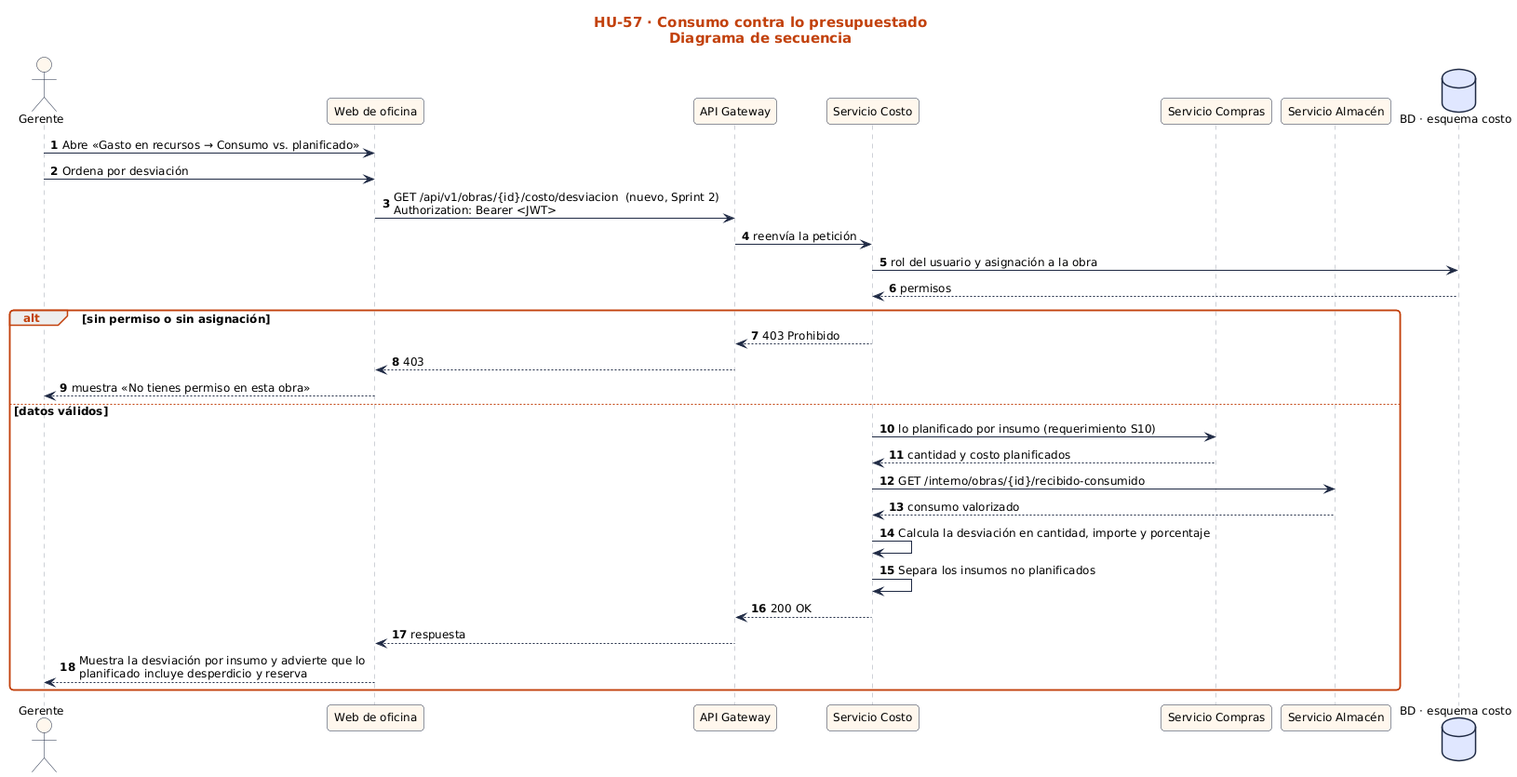
nandoestebanif/sevens-sigro keeps this PlantUML diagram as docs/sprint-2/diagramas-hu/hu-57-consumo-contra-lo-presupuestado/secuencia.png. Above is the earlier version. Its diagram source:
```plantuml
@startuml
!include ../../estilo.iuml
title HU-57 · Consumo contra lo presupuestado\nDiagrama de secuencia
autonumber
actor "Gerente" as U
participant "Web de oficina" as UI
participant "API Gateway" as GW
participant "Servicio Costo" as S
participant "Servicio Compras" as X0
participant "Servicio Almacén" as X1
database "BD · esquema costo" as BD
U -> UI : Abre «Gasto en recursos → Consumo vs. planificado»
U -> UI : Ordena por desviación
UI -> GW : GET /api/v1/obras/{id}/costo/desviacion  (nuevo, Sprint 2)\nAuthorization: Bearer <JWT>
GW -> S : reenvía la petición
S -> BD : rol del usuario y asignación a la obra
BD --> S : permisos
alt sin permiso o sin asignación
  S --> GW : 403 Prohibido
  GW --> UI : 403
  UI --> U : muestra «No tienes permiso en esta obra»
else datos válidos
  S -> X0 : lo planificado por insumo (requerimiento S10)
  X0 --> S : cantidad y costo planificados
  S -> X1 : GET /interno/obras/{id}/recibido-consumido
  X1 --> S : consumo valorizado
  S -> S : Calcula la desviación en cantidad, importe y porcentaje
  S -> S : Separa los insumos no planificados
  S --> GW : 200 OK
  GW --> UI : respuesta
  UI --> U : Muestra la desviación por insumo y advierte que lo\nplanificado incluye desperdicio y reserva
end
@enduml
```
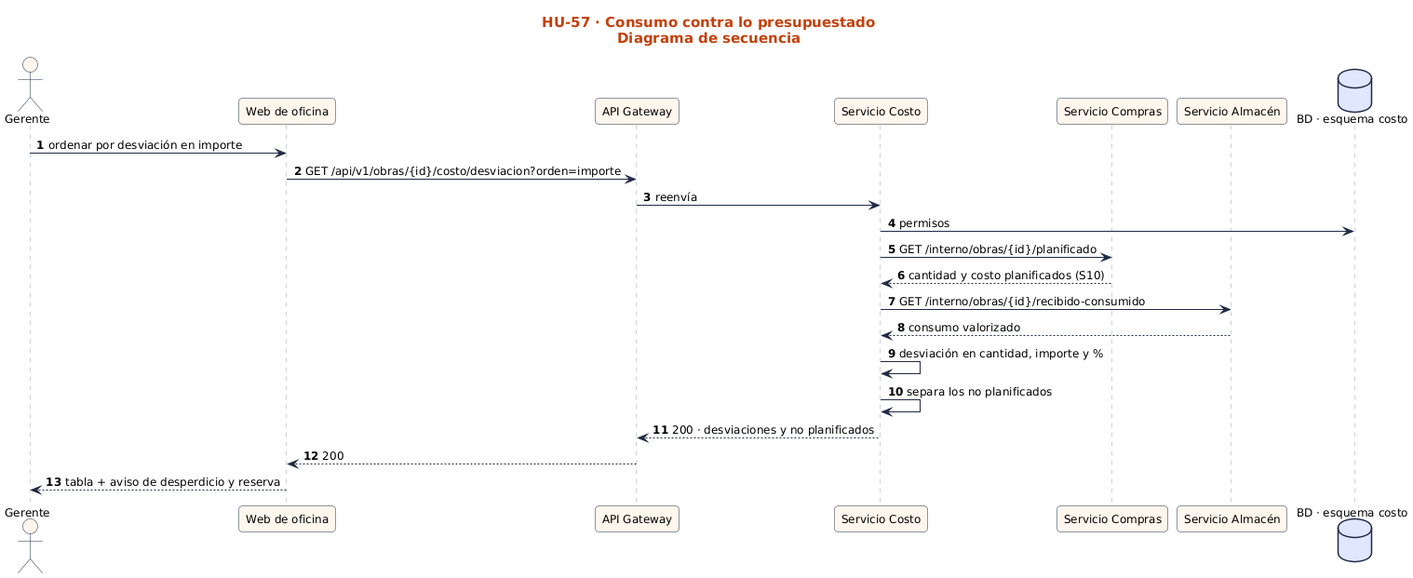
After the commit.

Diff of the diagram source:
```diff
@@ -5,29 +5,21 @@
 actor "Gerente" as U
 participant "Web de oficina" as UI
 participant "API Gateway" as GW
-participant "Servicio Costo" as S
-participant "Servicio Compras" as X0
-participant "Servicio Almacén" as X1
+participant "Servicio Costo" as SK
+participant "Servicio Compras" as SC
+participant "Servicio Almacén" as SA
 database "BD · esquema costo" as BD
-U -> UI : Abre «Gasto en recursos → Consumo vs. planificado»
-U -> UI : Ordena por desviación
-UI -> GW : GET /api/v1/obras/{id}/costo/desviacion  (nuevo, Sprint 2)\nAuthorization: Bearer <JWT>
-GW -> S : reenvía la petición
-S -> BD : rol del usuario y asignación a la obra
-BD --> S : permisos
-alt sin permiso o sin asignación
-  S --> GW : 403 Prohibido
-  GW --> UI : 403
-  UI --> U : muestra «No tienes permiso en esta obra»
-else datos válidos
-  S -> X0 : lo planificado por insumo (requerimiento S10)
-  X0 --> S : cantidad y costo planificados
-  S -> X1 : GET /interno/obras/{id}/recibido-consumido
-  X1 --> S : consumo valorizado
-  S -> S : Calcula la desviación en cantidad, importe y porcentaje
-  S -> S : Separa los insumos no planificados
-  S --> GW : 200 OK
-  GW --> UI : respuesta
-  UI --> U : Muestra la desviación por insumo y advierte que lo\nplanificado incluye desperdicio y reserva
-end
+U -> UI : ordenar por desviación en importe
+UI -> GW : GET /api/v1/obras/{id}/costo/desviacion?orden=importe
+GW -> SK : reenvía
+SK -> BD : permisos
+SK -> SC : GET /interno/obras/{id}/planificado
+SC --> SK : cantidad y costo planificados (S10)
+SK -> SA : GET /interno/obras/{id}/recibido-consumido
+SA --> SK : consumo valorizado
+SK -> SK : desviación en cantidad, importe y %
+SK -> SK : separa los no planificados
+SK --> GW : 200 · desviaciones y no planificados
+GW --> UI : 200
+UI --> U : tabla + aviso de desperdicio y reserva
 @enduml
```
